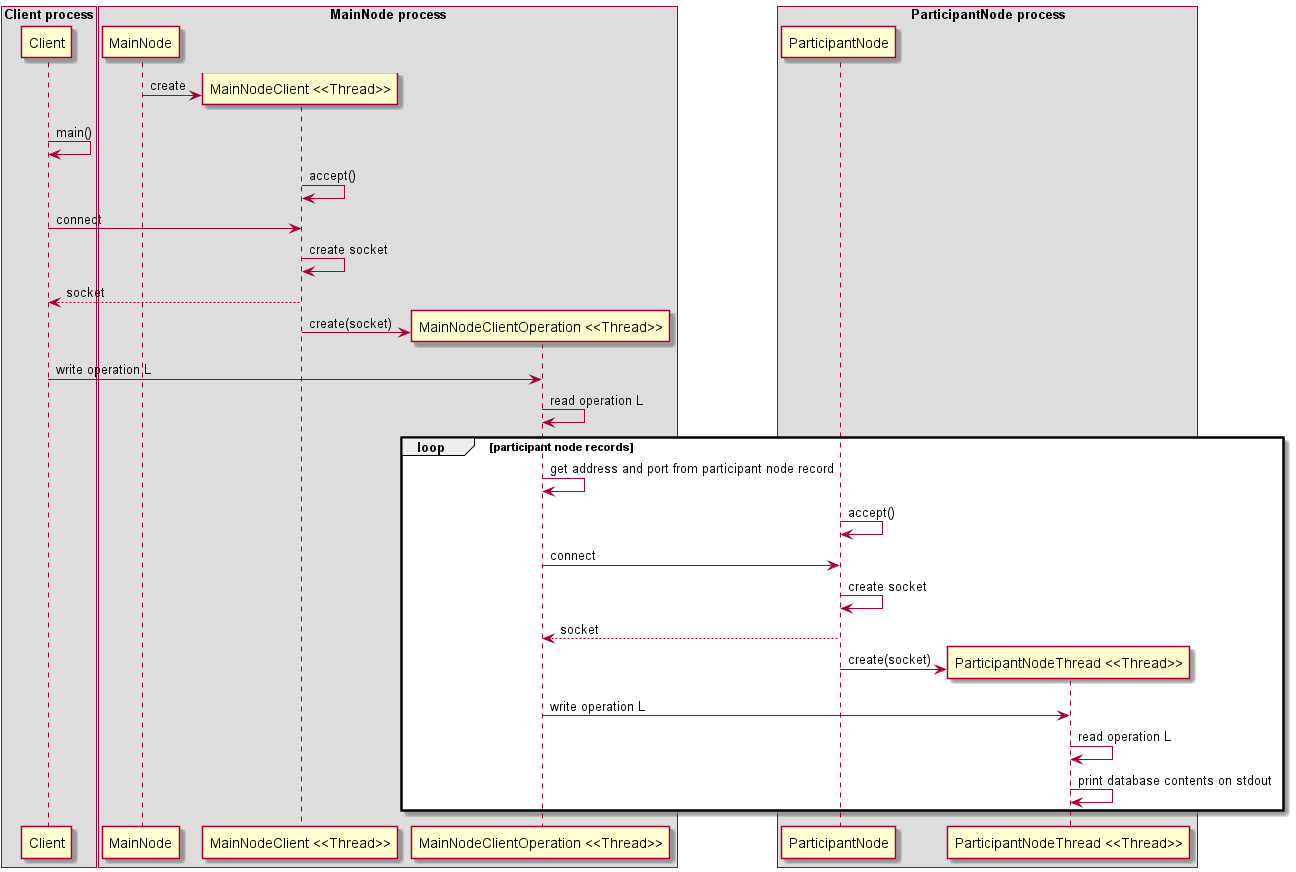
Earlier version of the PlantUML export figures/l_operation.png (UAL-SDP/TCPMap). Source of this version:
```plantuml
@startuml
box "Client process"
        participant Client
end box
box "MainNode process"
        participant MainNode
        participant "MainNodeClient <<Thread>>"
        participant "MainNodeClientOperation <<Thread>>"
end box
box "ParticipantNode process"
        participant ParticipantNode
        participant "ParticipantNodeThread <<Thread>>"
end box
MainNode -> "MainNodeClient <<Thread>>" ** : create
Client -> Client : main()
"MainNodeClient <<Thread>>" -> "MainNodeClient <<Thread>>" :  accept()
Client -> "MainNodeClient <<Thread>>" : connect
"MainNodeClient <<Thread>>" -> "MainNodeClient <<Thread>>" : create socket
"MainNodeClient <<Thread>>" --> Client : socket
"MainNodeClient <<Thread>>" -> "MainNodeClientOperation <<Thread>>" ** : create(socket)
Client -> "MainNodeClientOperation <<Thread>>" : write operation L
"MainNodeClientOperation <<Thread>>" -> "MainNodeClientOperation <<Thread>>" : read operation L
loop participant node records
        "MainNodeClientOperation <<Thread>>" -> "MainNodeClientOperation <<Thread>>" : get address and port from participant node record
        ParticipantNode -> ParticipantNode : accept()
        "MainNodeClientOperation <<Thread>>" -> "ParticipantNode" : connect
        ParticipantNode -> ParticipantNode : create socket
        ParticipantNode --> "MainNodeClientOperation <<Thread>>" : socket
        ParticipantNode -> "ParticipantNodeThread <<Thread>>" ** : create(socket)
        "MainNodeClientOperation <<Thread>>" -> "ParticipantNodeThread <<Thread>>" : write operation L
        "ParticipantNodeThread <<Thread>>" -> "ParticipantNodeThread <<Thread>>" : read operation L
        "ParticipantNodeThread <<Thread>>" -> "ParticipantNodeThread <<Thread>>" : print database contents on stdout
end
@enduml
```
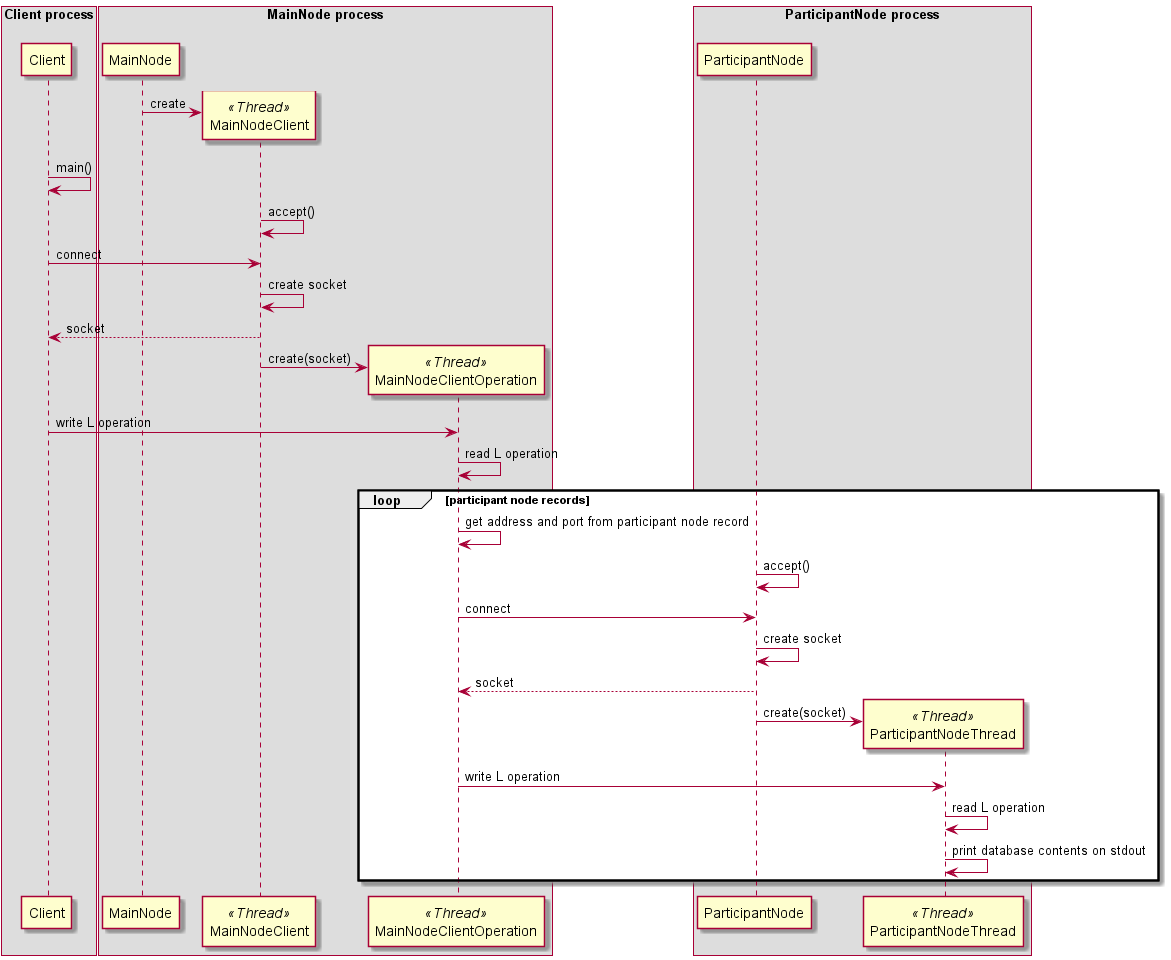
Later version of the same file.

Commit message:
Add participant registry diagram.

What changed in the source:
```diff
@@ -1,34 +1,34 @@
 @startuml
-box "Client process"
+box Client process
         participant Client
 end box
-box "MainNode process"
+box MainNode process
         participant MainNode
-        participant "MainNodeClient <<Thread>>"
-        participant "MainNodeClientOperation <<Thread>>"
+        participant MainNodeClient <<Thread>>
+        participant MainNodeClientOperation <<Thread>>
 end box
-box "ParticipantNode process"
+box ParticipantNode process
         participant ParticipantNode
-        participant "ParticipantNodeThread <<Thread>>"
+        participant ParticipantNodeThread <<Thread>>
 end box
-MainNode -> "MainNodeClient <<Thread>>" ** : create
+MainNode -> MainNodeClient ** : create
 Client -> Client : main()
-"MainNodeClient <<Thread>>" -> "MainNodeClient <<Thread>>" :  accept()
-Client -> "MainNodeClient <<Thread>>" : connect
-"MainNodeClient <<Thread>>" -> "MainNodeClient <<Thread>>" : create socket
-"MainNodeClient <<Thread>>" --> Client : socket
-"MainNodeClient <<Thread>>" -> "MainNodeClientOperation <<Thread>>" ** : create(socket)
-Client -> "MainNodeClientOperation <<Thread>>" : write operation L
-"MainNodeClientOperation <<Thread>>" -> "MainNodeClientOperation <<Thread>>" : read operation L
+MainNodeClient -> MainNodeClient :  accept()
+Client -> MainNodeClient : connect
+MainNodeClient -> MainNodeClient : create socket
+MainNodeClient --> Client : socket
+MainNodeClient -> MainNodeClientOperation ** : create(socket)
+Client -> MainNodeClientOperation : write L operation
+MainNodeClientOperation -> MainNodeClientOperation : read L operation
 loop participant node records
-        "MainNodeClientOperation <<Thread>>" -> "MainNodeClientOperation <<Thread>>" : get address and port from participant node record
+        MainNodeClientOperation -> MainNodeClientOperation : get address and port from participant node record
         ParticipantNode -> ParticipantNode : accept()
-        "MainNodeClientOperation <<Thread>>" -> "ParticipantNode" : connect
+        MainNodeClientOperation -> "ParticipantNode" : connect
         ParticipantNode -> ParticipantNode : create socket
-        ParticipantNode --> "MainNodeClientOperation <<Thread>>" : socket
-        ParticipantNode -> "ParticipantNodeThread <<Thread>>" ** : create(socket)
-        "MainNodeClientOperation <<Thread>>" -> "ParticipantNodeThread <<Thread>>" : write operation L
-        "ParticipantNodeThread <<Thread>>" -> "ParticipantNodeThread <<Thread>>" : read operation L
-        "ParticipantNodeThread <<Thread>>" -> "ParticipantNodeThread <<Thread>>" : print database contents on stdout
+        ParticipantNode --> MainNodeClientOperation : socket
+        ParticipantNode -> ParticipantNodeThread ** : create(socket)
+        MainNodeClientOperation -> ParticipantNodeThread : write L operation
+        ParticipantNodeThread -> ParticipantNodeThread : read L operation
+        ParticipantNodeThread -> ParticipantNodeThread : print database contents on stdout
 end
 @enduml
```
